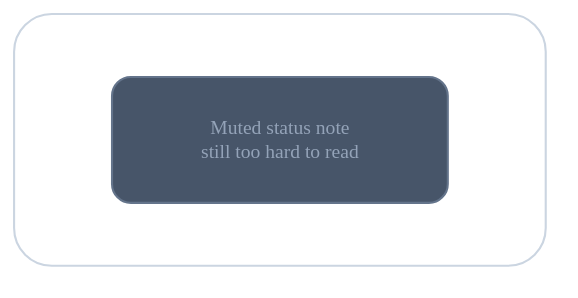
Above: fixtures/text-contrast/text-contrast.drawio.svg in Sunwood-ai-labs/draw-io-skill (draw.io), before the change. Source tidied: cells renumbered, new cells last; positions are measured from the earlier drawing's top-left corner, leaving out a move shared by most shapes. Its diagram source:
```xml
<mxGraphModel>
  <root>
    <mxCell id="0" />
    <mxCell id="1" parent="0" />
    <mxCell id="2" style="rounded=1;whiteSpace=wrap;html=1;fillColor=#ffffff;strokeColor=#cbd5e1;strokeWidth=1.5;" parent="1" vertex="1">
      <mxGeometry width="380" height="180" as="geometry" />
    </mxCell>
    <mxCell id="3" value="Muted status note&lt;br&gt;still too hard to read" style="rounded=1;whiteSpace=wrap;html=1;fillColor=#475569;strokeColor=#64748b;strokeWidth=1.5;fontSize=14;fontFamily=Noto Sans JP;fontColor=#94a3b8;align=center;verticalAlign=middle;spacing=8;" parent="1" vertex="1">
      <mxGeometry x="70" y="45" width="240" height="90" as="geometry" />
    </mxCell>
  </root>
</mxGraphModel>
```
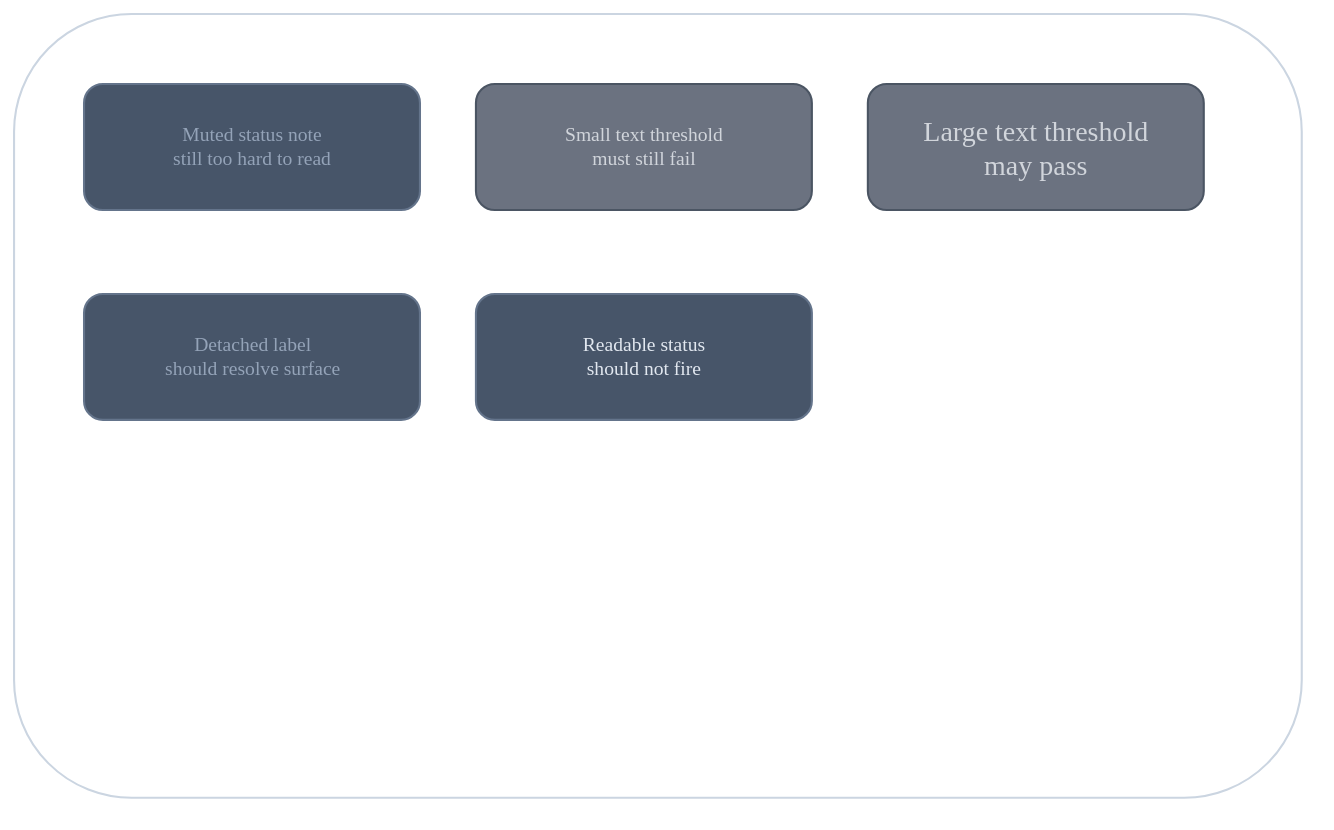
After the commit.

Commit message:
🎨 Detect text contrast on inherited surfaces

Change to the diagram source:
```diff
@@ -3,10 +3,25 @@
     <mxCell id="0" />
     <mxCell id="1" parent="0" />
     <mxCell id="2" style="rounded=1;whiteSpace=wrap;html=1;fillColor=#ffffff;strokeColor=#cbd5e1;strokeWidth=1.5;" parent="1" vertex="1">
-      <mxGeometry width="380" height="180" as="geometry" />
+      <mxGeometry x="-40" y="-40" width="920" height="560" as="geometry" />
     </mxCell>
     <mxCell id="3" value="Muted status note&lt;br&gt;still too hard to read" style="rounded=1;whiteSpace=wrap;html=1;fillColor=#475569;strokeColor=#64748b;strokeWidth=1.5;fontSize=14;fontFamily=Noto Sans JP;fontColor=#94a3b8;align=center;verticalAlign=middle;spacing=8;" parent="1" vertex="1">
-      <mxGeometry x="70" y="45" width="240" height="90" as="geometry" />
+      <mxGeometry x="10" y="10" width="240" height="90" as="geometry" />
     </mxCell>
+    <mxCell id="4" value="Small text threshold&lt;br&gt;must still fail" style="rounded=1;whiteSpace=wrap;html=1;fillColor=#6b7280;strokeColor=#4b5563;strokeWidth=1.5;fontSize=14;fontFamily=Noto Sans JP;fontColor=#d1d5db;align=center;verticalAlign=middle;spacing=8;" parent="1" vertex="1">
+      <mxGeometry x="290" y="10" width="240" height="90" as="geometry" />
+    </mxCell>
+    <mxCell id="5" value="Large text threshold&lt;br&gt;may pass" style="rounded=1;whiteSpace=wrap;html=1;fillColor=#6b7280;strokeColor=#4b5563;strokeWidth=1.5;fontSize=20;fontFamily=Noto Sans JP;fontColor=#d1d5db;align=center;verticalAlign=middle;spacing=8;" parent="1" vertex="1">
+      <mxGeometry x="570" y="10" width="240" height="90" as="geometry" />
+    </mxCell>
+    <mxCell id="6" style="rounded=1;whiteSpace=wrap;html=1;fillColor=#475569;strokeColor=#64748b;strokeWidth=1.5;" parent="1" vertex="1">
+      <mxGeometry x="10" y="160" width="240" height="90" as="geometry" />
+    </mxCell>
+    <mxCell id="7" value="Detached label&lt;br&gt;should resolve surface" style="text;html=1;fontSize=14;fontFamily=Noto Sans JP;fontColor=#94a3b8;align=center;verticalAlign=middle;spacing=8;" parent="1" vertex="1">
+      <mxGeometry x="10" y="160" width="240" height="90" as="geometry" />
+    </mxCell>
+    <mxCell id="8" value="Readable status&lt;br&gt;should not fire" style="rounded=1;whiteSpace=wrap;html=1;fillColor=#475569;strokeColor=#64748b;strokeWidth=1.5;fontSize=14;fontFamily=Noto Sans JP;fontColor=#e2e8f0;align=center;verticalAlign=middle;spacing=8;" parent="1" vertex="1">
+      <mxGeometry x="290" y="160" width="240" height="90" as="geometry" />
+    </mxCell>
   </root>
 </mxGraphModel>
```
